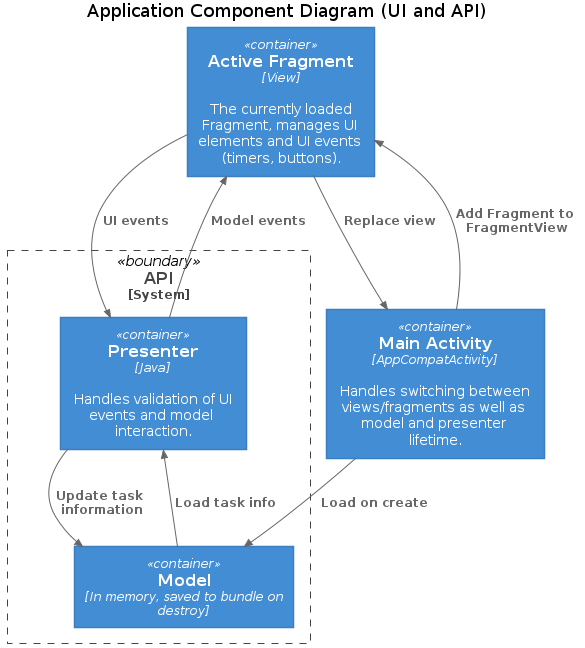
Above: artifacts/images/001-component-diagram.png in carbonXIII/PomodoroApp (PlantUML), before the change.
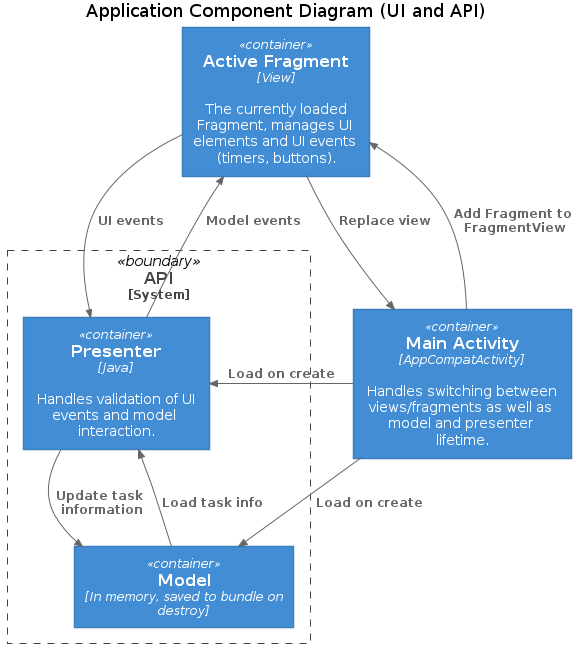
After the change.

The edit, as a diff of the source:
```diff
@@ -15,9 +15,10 @@
 
 Rel_D(view, presenter, "UI events")
 Rel_U(presenter, view, "Model events")
+Rel(main, presenter, "Load on create")
 
 Rel_D(presenter, model, "Update task information")
 Rel_U(model, presenter, "Load task info")
-Rel(main, model, "Load on create")
+Rel_L(main, model, "Load on create")
 
 @enduml
```
